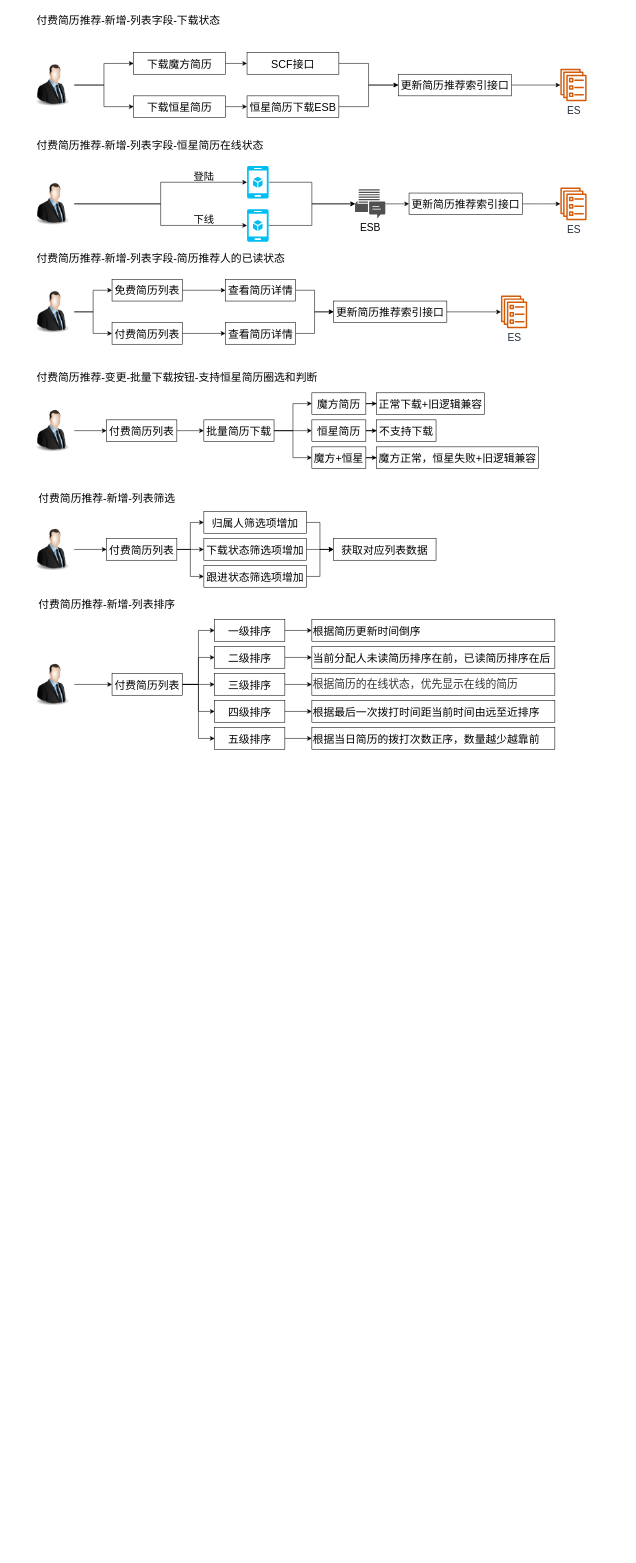
Before: 邀约管理优化3.0.drawio in LuOyEbY/draw-b, a draw.io diagram. Source tidied: cells renumbered, new cells numbered last; positions are measured from the earlier drawing's top-left corner, leaving out a move shared by most shapes. Both pictures are drawn from the tidied source at 54%, with x=0, y=0 at pixel (31, 9).
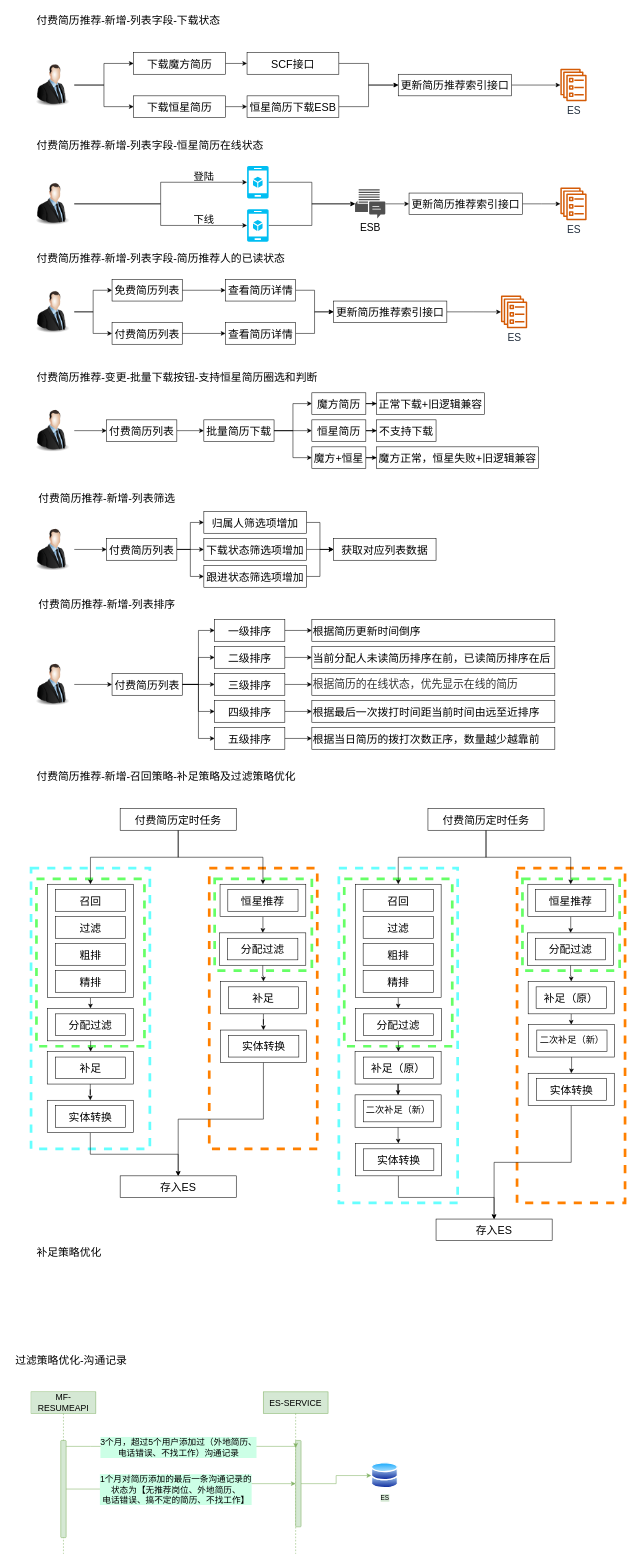
Above is the later version.

Commit message (it also covers changes not shown here):
更新邀约管理优化3.0.drawio

What changed in the source:
```diff
@@
+    <mxCell id="103" style="rounded=0;whiteSpace=wrap;html=1;fontSize=20;dashed=1;strokeWidth=5;strokeColor=#FF8000;" parent="1" vertex="1">
+      <mxGeometry x="330" y="1590" width="200" height="520" as="geometry" />
+    </mxCell>
+    <mxCell id="104" style="rounded=0;whiteSpace=wrap;html=1;fontSize=20;dashed=1;strokeWidth=5;strokeColor=#66FF66;" parent="1" vertex="1">
+      <mxGeometry x="340" y="1610" width="180" height="170" as="geometry" />
+    </mxCell>
+    <mxCell id="105" style="rounded=0;whiteSpace=wrap;html=1;fontSize=20;dashed=1;strokeWidth=5;strokeColor=#66FFFF;" parent="1" vertex="1">
+      <mxGeometry y="1590" width="220" height="520" as="geometry" />
+    </mxCell>
+    <mxCell id="106" style="rounded=0;whiteSpace=wrap;html=1;fontSize=20;dashed=1;strokeWidth=5;strokeColor=#66FF66;" parent="1" vertex="1">
+      <mxGeometry x="10" y="1610" width="200" height="310" as="geometry" />
+    </mxCell>
@@
+    <mxCell id="107" value="付费简历推荐-新增-召回策略-补足策略及过滤策略优化" style="text;html=1;align=center;verticalAlign=middle;strokeColor=none;fillColor=none;fontSize=20;" parent="1" vertex="1">
+      <mxGeometry y="1400" width="500" height="40" as="geometry" />
+    </mxCell>
+    <mxCell id="108" style="edgeStyle=orthogonalEdgeStyle;rounded=0;jettySize=auto;html=1;entryX=0.5;entryY=0;entryDx=0;entryDy=0;fontSize=20;" parent="1" edge="1" source="110" target="112">
+      <mxGeometry relative="1" as="geometry" />
+    </mxCell>
+    <mxCell id="109" style="edgeStyle=orthogonalEdgeStyle;rounded=0;jettySize=auto;html=1;fontSize=20;" parent="1" edge="1" source="110" target="121">
+      <mxGeometry relative="1" as="geometry" />
+    </mxCell>
+    <mxCell id="110" value="付费简历定时任务" style="rounded=0;whiteSpace=wrap;html=1;fontSize=20;" parent="1" vertex="1">
+      <mxGeometry x="165" y="1480" width="215" height="40" as="geometry" />
+    </mxCell>
+    <mxCell id="111" style="edgeStyle=orthogonalEdgeStyle;rounded=0;jettySize=auto;html=1;fontSize=20;" parent="1" edge="1" source="112" target="118">
+      <mxGeometry relative="1" as="geometry" />
+    </mxCell>
+    <mxCell id="112" style="rounded=0;whiteSpace=wrap;html=1;fontSize=20;" parent="1" vertex="1">
+      <mxGeometry x="30.6" y="1620" width="158.8" height="210" as="geometry" />
+    </mxCell>
+    <mxCell id="113" value="召回" style="rounded=0;whiteSpace=wrap;html=1;fontSize=20;" parent="1" vertex="1">
+      <mxGeometry x="45" y="1630" width="130" height="40" as="geometry" />
+    </mxCell>
+    <mxCell id="114" value="过滤" style="rounded=0;whiteSpace=wrap;html=1;fontSize=20;" parent="1" vertex="1">
+      <mxGeometry x="45" y="1680" width="130" height="40" as="geometry" />
+    </mxCell>
+    <mxCell id="115" value="粗排" style="rounded=0;whiteSpace=wrap;html=1;fontSize=20;" parent="1" vertex="1">
+      <mxGeometry x="45" y="1730" width="130" height="40" as="geometry" />
+    </mxCell>
+    <mxCell id="116" value="精排" style="rounded=0;whiteSpace=wrap;html=1;fontSize=20;" parent="1" vertex="1">
+      <mxGeometry x="45" y="1780" width="130" height="40" as="geometry" />
+    </mxCell>
+    <mxCell id="117" style="edgeStyle=orthogonalEdgeStyle;rounded=0;jettySize=auto;html=1;fontSize=20;" parent="1" edge="1" source="118" target="127">
+      <mxGeometry relative="1" as="geometry" />
+    </mxCell>
+    <mxCell id="118" style="rounded=0;whiteSpace=wrap;html=1;fontSize=20;" parent="1" vertex="1">
+      <mxGeometry x="30.6" y="1850" width="159.4" height="60" as="geometry" />
+    </mxCell>
+    <mxCell id="119" value="分配过滤" style="rounded=0;whiteSpace=wrap;html=1;fontSize=20;" parent="1" vertex="1">
+      <mxGeometry x="45.3" y="1860" width="130" height="40" as="geometry" />
+    </mxCell>
+    <mxCell id="120" style="edgeStyle=orthogonalEdgeStyle;rounded=0;jettySize=auto;html=1;fontSize=20;" parent="1" edge="1" source="121" target="124">
+      <mxGeometry relative="1" as="geometry" />
+    </mxCell>
+    <mxCell id="121" style="rounded=0;whiteSpace=wrap;html=1;fontSize=20;" parent="1" vertex="1">
+      <mxGeometry x="350" y="1620" width="158.8" height="60" as="geometry" />
+    </mxCell>
+    <mxCell id="122" value="恒星推荐" style="rounded=0;whiteSpace=wrap;html=1;fontSize=20;" parent="1" vertex="1">
+      <mxGeometry x="364.4" y="1630" width="130" height="40" as="geometry" />
+    </mxCell>
+    <mxCell id="123" style="edgeStyle=orthogonalEdgeStyle;rounded=0;jettySize=auto;html=1;fontSize=20;" parent="1" edge="1" source="124" target="130">
+      <mxGeometry relative="1" as="geometry" />
+    </mxCell>
+    <mxCell id="124" style="rounded=0;whiteSpace=wrap;html=1;fontSize=20;" parent="1" vertex="1">
+      <mxGeometry x="349.4" y="1710" width="159.4" height="60" as="geometry" />
+    </mxCell>
+    <mxCell id="125" value="分配过滤" style="rounded=0;whiteSpace=wrap;html=1;fontSize=20;" parent="1" vertex="1">
+      <mxGeometry x="364.1" y="1720" width="130" height="40" as="geometry" />
+    </mxCell>
+    <mxCell id="126" style="edgeStyle=orthogonalEdgeStyle;rounded=0;jettySize=auto;html=1;fontSize=20;" parent="1" edge="1" source="127" target="134">
+      <mxGeometry relative="1" as="geometry" />
+    </mxCell>
+    <mxCell id="127" style="rounded=0;whiteSpace=wrap;html=1;fontSize=20;" parent="1" vertex="1">
+      <mxGeometry x="30" y="1930" width="159.4" height="60" as="geometry" />
+    </mxCell>
+    <mxCell id="128" value="补足" style="rounded=0;whiteSpace=wrap;html=1;fontSize=20;" parent="1" vertex="1">
+      <mxGeometry x="45.3" y="1940" width="130" height="40" as="geometry" />
+    </mxCell>
+    <mxCell id="129" style="edgeStyle=orthogonalEdgeStyle;rounded=0;jettySize=auto;html=1;entryX=0.5;entryY=0;entryDx=0;entryDy=0;fontSize=20;" parent="1" edge="1" source="130" target="137">
+      <mxGeometry relative="1" as="geometry" />
+    </mxCell>
+    <mxCell id="130" style="rounded=0;whiteSpace=wrap;html=1;fontSize=20;" parent="1" vertex="1">
+      <mxGeometry x="350.6" y="1800" width="159.4" height="60" as="geometry" />
+    </mxCell>
+    <mxCell id="131" value="补足" style="rounded=0;whiteSpace=wrap;html=1;fontSize=20;" parent="1" vertex="1">
+      <mxGeometry x="365.3" y="1810" width="130" height="40" as="geometry" />
+    </mxCell>
+    <mxCell id="132" value="存入ES" style="rounded=0;whiteSpace=wrap;html=1;fontSize=20;" parent="1" vertex="1">
+      <mxGeometry x="165" y="2160" width="215" height="40" as="geometry" />
+    </mxCell>
+    <mxCell id="133" style="edgeStyle=orthogonalEdgeStyle;rounded=0;jettySize=auto;html=1;entryX=0.5;entryY=0;entryDx=0;entryDy=0;fontSize=20;" parent="1" edge="1" source="134" target="132">
+      <mxGeometry relative="1" as="geometry" />
+    </mxCell>
+    <mxCell id="134" style="rounded=0;whiteSpace=wrap;html=1;fontSize=20;" parent="1" vertex="1">
+      <mxGeometry x="30" y="2020" width="159.4" height="60" as="geometry" />
+    </mxCell>
+    <mxCell id="135" value="实体转换" style="rounded=0;whiteSpace=wrap;html=1;fontSize=20;" parent="1" vertex="1">
+      <mxGeometry x="45.3" y="2030" width="130" height="40" as="geometry" />
+    </mxCell>
+    <mxCell id="136" style="edgeStyle=orthogonalEdgeStyle;rounded=0;jettySize=auto;html=1;fontSize=20;" parent="1" edge="1" source="137" target="132">
+      <mxGeometry relative="1" as="geometry" />
+    </mxCell>
+    <mxCell id="137" style="rounded=0;whiteSpace=wrap;html=1;fontSize=20;" parent="1" vertex="1">
+      <mxGeometry x="350.6" y="1890" width="159.4" height="60" as="geometry" />
+    </mxCell>
+    <mxCell id="138" value="实体转换" style="rounded=0;whiteSpace=wrap;html=1;fontSize=20;" parent="1" vertex="1">
+      <mxGeometry x="365.9" y="1900" width="130" height="40" as="geometry" />
+    </mxCell>
+    <mxCell id="139" style="rounded=0;whiteSpace=wrap;html=1;fontSize=20;dashed=1;strokeWidth=5;strokeColor=#FF8000;" parent="1" vertex="1">
+      <mxGeometry x="900" y="1590" width="200" height="620" as="geometry" />
+    </mxCell>
+    <mxCell id="140" style="rounded=0;whiteSpace=wrap;html=1;fontSize=20;dashed=1;strokeWidth=5;strokeColor=#66FF66;" parent="1" vertex="1">
+      <mxGeometry x="910" y="1610" width="180" height="170" as="geometry" />
+    </mxCell>
+    <mxCell id="141" style="rounded=0;whiteSpace=wrap;html=1;fontSize=20;dashed=1;strokeWidth=5;strokeColor=#66FFFF;" parent="1" vertex="1">
+      <mxGeometry x="570" y="1590" width="220" height="620" as="geometry" />
+    </mxCell>
+    <mxCell id="142" style="rounded=0;whiteSpace=wrap;html=1;fontSize=20;dashed=1;strokeWidth=5;strokeColor=#66FF66;" parent="1" vertex="1">
+      <mxGeometry x="580" y="1610" width="200" height="310" as="geometry" />
+    </mxCell>
+    <mxCell id="143" style="edgeStyle=orthogonalEdgeStyle;rounded=0;jettySize=auto;html=1;entryX=0.5;entryY=0;entryDx=0;entryDy=0;fontSize=20;" parent="1" edge="1" source="145" target="147">
+      <mxGeometry relative="1" as="geometry" />
+    </mxCell>
+    <mxCell id="144" style="edgeStyle=orthogonalEdgeStyle;rounded=0;jettySize=auto;html=1;fontSize=20;" parent="1" edge="1" source="145" target="156">
+      <mxGeometry relative="1" as="geometry" />
+    </mxCell>
+    <mxCell id="145" value="付费简历定时任务" style="rounded=0;whiteSpace=wrap;html=1;fontSize=20;" parent="1" vertex="1">
+      <mxGeometry x="735" y="1480" width="215" height="40" as="geometry" />
+    </mxCell>
+    <mxCell id="146" style="edgeStyle=orthogonalEdgeStyle;rounded=0;jettySize=auto;html=1;fontSize=20;" parent="1" edge="1" source="147" target="153">
+      <mxGeometry relative="1" as="geometry" />
+    </mxCell>
+    <mxCell id="147" style="rounded=0;whiteSpace=wrap;html=1;fontSize=20;" parent="1" vertex="1">
+      <mxGeometry x="600.6" y="1620" width="158.8" height="210" as="geometry" />
+    </mxCell>
+    <mxCell id="148" value="召回" style="rounded=0;whiteSpace=wrap;html=1;fontSize=20;" parent="1" vertex="1">
+      <mxGeometry x="615" y="1630" width="130" height="40" as="geometry" />
+    </mxCell>
+    <mxCell id="149" value="过滤" style="rounded=0;whiteSpace=wrap;html=1;fontSize=20;" parent="1" vertex="1">
+      <mxGeometry x="615" y="1680" width="130" height="40" as="geometry" />
+    </mxCell>
+    <mxCell id="150" value="粗排" style="rounded=0;whiteSpace=wrap;html=1;fontSize=20;" parent="1" vertex="1">
+      <mxGeometry x="615" y="1730" width="130" height="40" as="geometry" />
+    </mxCell>
+    <mxCell id="151" value="精排" style="rounded=0;whiteSpace=wrap;html=1;fontSize=20;" parent="1" vertex="1">
+      <mxGeometry x="615" y="1780" width="130" height="40" as="geometry" />
+    </mxCell>
+    <mxCell id="152" style="edgeStyle=orthogonalEdgeStyle;rounded=0;jettySize=auto;html=1;fontSize=20;" parent="1" edge="1" source="153" target="162">
+      <mxGeometry relative="1" as="geometry" />
+    </mxCell>
+    <mxCell id="153" style="rounded=0;whiteSpace=wrap;html=1;fontSize=20;" parent="1" vertex="1">
+      <mxGeometry x="600.6" y="1850" width="159.4" height="60" as="geometry" />
+    </mxCell>
+    <mxCell id="154" value="分配过滤" style="rounded=0;whiteSpace=wrap;html=1;fontSize=20;" parent="1" vertex="1">
+      <mxGeometry x="615.3" y="1860" width="130" height="40" as="geometry" />
+    </mxCell>
+    <mxCell id="155" style="edgeStyle=orthogonalEdgeStyle;rounded=0;jettySize=auto;html=1;fontSize=20;" parent="1" edge="1" source="156" target="159">
+      <mxGeometry relative="1" as="geometry" />
+    </mxCell>
+    <mxCell id="156" style="rounded=0;whiteSpace=wrap;html=1;fontSize=20;" parent="1" vertex="1">
+      <mxGeometry x="920" y="1620" width="158.8" height="60" as="geometry" />
+    </mxCell>
+    <mxCell id="157" value="恒星推荐" style="rounded=0;whiteSpace=wrap;html=1;fontSize=20;" parent="1" vertex="1">
+      <mxGeometry x="934.4" y="1630" width="130" height="40" as="geometry" />
+    </mxCell>
+    <mxCell id="158" style="edgeStyle=orthogonalEdgeStyle;rounded=0;jettySize=auto;html=1;fontSize=20;" parent="1" edge="1" source="159" target="165">
+      <mxGeometry relative="1" as="geometry" />
+    </mxCell>
+    <mxCell id="159" style="rounded=0;whiteSpace=wrap;html=1;fontSize=20;" parent="1" vertex="1">
+      <mxGeometry x="919.4" y="1710" width="159.4" height="60" as="geometry" />
+    </mxCell>
+    <mxCell id="160" value="分配过滤" style="rounded=0;whiteSpace=wrap;html=1;fontSize=20;" parent="1" vertex="1">
+      <mxGeometry x="934.1" y="1720" width="130" height="40" as="geometry" />
+    </mxCell>
+    <mxCell id="161" style="edgeStyle=orthogonalEdgeStyle;rounded=0;jettySize=auto;html=1;fontSize=20;" parent="1" edge="1" source="162" target="175">
+      <mxGeometry relative="1" as="geometry" />
+    </mxCell>
+    <mxCell id="162" style="rounded=0;whiteSpace=wrap;html=1;fontSize=20;" parent="1" vertex="1">
+      <mxGeometry x="600" y="1930" width="159.4" height="60" as="geometry" />
+    </mxCell>
+    <mxCell id="163" value="补足（原）" style="rounded=0;whiteSpace=wrap;html=1;fontSize=20;" parent="1" vertex="1">
+      <mxGeometry x="615.3" y="1940" width="130" height="40" as="geometry" />
+    </mxCell>
+    <mxCell id="164" style="edgeStyle=orthogonalEdgeStyle;rounded=0;jettySize=auto;html=1;entryX=0.5;entryY=0;entryDx=0;entryDy=0;fontSize=20;" parent="1" edge="1" source="165" target="178">
+      <mxGeometry relative="1" as="geometry" />
+    </mxCell>
+    <mxCell id="165" style="rounded=0;whiteSpace=wrap;html=1;fontSize=20;" parent="1" vertex="1">
+      <mxGeometry x="920.6" y="1800" width="159.4" height="60" as="geometry" />
+    </mxCell>
+    <mxCell id="166" value="补足（原）" style="rounded=0;whiteSpace=wrap;html=1;fontSize=20;" parent="1" vertex="1">
+      <mxGeometry x="935.3" y="1810" width="130" height="40" as="geometry" />
+    </mxCell>
+    <mxCell id="167" value="存入ES" style="rounded=0;whiteSpace=wrap;html=1;fontSize=20;" parent="1" vertex="1">
+      <mxGeometry x="750" y="2240" width="215" height="40" as="geometry" />
+    </mxCell>
+    <mxCell id="168" style="edgeStyle=orthogonalEdgeStyle;rounded=0;jettySize=auto;html=1;entryX=0.5;entryY=0;entryDx=0;entryDy=0;fontSize=20;" parent="1" edge="1" source="169" target="167">
+      <mxGeometry relative="1" as="geometry" />
+    </mxCell>
+    <mxCell id="169" style="rounded=0;whiteSpace=wrap;html=1;fontSize=20;" parent="1" vertex="1">
+      <mxGeometry x="600.6" y="2100" width="159.4" height="60" as="geometry" />
+    </mxCell>
+    <mxCell id="170" value="实体转换" style="rounded=0;whiteSpace=wrap;html=1;fontSize=20;" parent="1" vertex="1">
+      <mxGeometry x="615.9" y="2110" width="130" height="40" as="geometry" />
+    </mxCell>
+    <mxCell id="171" style="edgeStyle=orthogonalEdgeStyle;rounded=0;jettySize=auto;html=1;fontSize=20;" parent="1" edge="1" source="172" target="167">
+      <mxGeometry relative="1" as="geometry" />
+    </mxCell>
+    <mxCell id="172" style="rounded=0;whiteSpace=wrap;html=1;fontSize=20;" parent="1" vertex="1">
+      <mxGeometry x="920.6" y="1970" width="159.4" height="60" as="geometry" />
+    </mxCell>
+    <mxCell id="173" value="实体转换" style="rounded=0;whiteSpace=wrap;html=1;fontSize=20;" parent="1" vertex="1">
+      <mxGeometry x="935.9" y="1980" width="130" height="40" as="geometry" />
+    </mxCell>
+    <mxCell id="174" style="edgeStyle=orthogonalEdgeStyle;rounded=0;jettySize=auto;html=1;entryX=0.5;entryY=0;entryDx=0;entryDy=0;fontSize=20;" parent="1" edge="1" source="175" target="169">
+      <mxGeometry relative="1" as="geometry" />
+    </mxCell>
+    <mxCell id="175" style="rounded=0;whiteSpace=wrap;html=1;fontSize=20;" parent="1" vertex="1">
+      <mxGeometry x="600" y="2010" width="159.4" height="60" as="geometry" />
+    </mxCell>
+    <mxCell id="176" value="二次补足（新）" style="rounded=0;whiteSpace=wrap;html=1;fontSize=17;" parent="1" vertex="1">
+      <mxGeometry x="615.3" y="2020" width="130" height="40" as="geometry" />
+    </mxCell>
+    <mxCell id="177" style="edgeStyle=orthogonalEdgeStyle;rounded=0;jettySize=auto;html=1;entryX=0.5;entryY=0;entryDx=0;entryDy=0;fontSize=20;" parent="1" edge="1" source="178" target="172">
+      <mxGeometry relative="1" as="geometry" />
+    </mxCell>
+    <mxCell id="178" style="rounded=0;whiteSpace=wrap;html=1;fontSize=20;" parent="1" vertex="1">
+      <mxGeometry x="921.3" y="1880" width="159.4" height="60" as="geometry" />
+    </mxCell>
+    <mxCell id="179" value="二次补足（新）" style="rounded=0;whiteSpace=wrap;html=1;fontSize=17;" parent="1" vertex="1">
+      <mxGeometry x="936.6" y="1890" width="130" height="40" as="geometry" />
+    </mxCell>
+    <mxCell id="180" value="补足策略优化" style="text;html=1;align=center;verticalAlign=middle;strokeColor=none;fillColor=none;fontSize=20;" parent="1" vertex="1">
+      <mxGeometry y="2280" width="140" height="40" as="geometry" />
+    </mxCell>
+    <mxCell id="181" value="过滤策略优化-沟通记录" style="text;html=1;align=center;verticalAlign=middle;strokeColor=none;fillColor=none;fontSize=20;" parent="1" vertex="1">
+      <mxGeometry x="-40.6" y="2480" width="230" height="40" as="geometry" />
+    </mxCell>
+    <mxCell id="182" value="MF-RESUMEAPI" style="shape=umlLifeline;perimeter=lifelinePerimeter;whiteSpace=wrap;html=1;rounded=0;fontFamily=Helvetica;fontSize=16;strokeColor=#82b366;fillColor=#d5e8d4;labelBackgroundColor=#D5E8D4;labelBorderColor=none;" parent="1" vertex="1">
+      <mxGeometry y="2560" width="120" height="300" as="geometry" />
+    </mxCell>
+    <mxCell id="183" style="html=1;points=[];perimeter=orthogonalPerimeter;rounded=1;fontFamily=Helvetica;fontSize=19;strokeColor=#82b366;fillColor=#d5e8d4;labelBackgroundColor=#D5E8D4;labelBorderColor=none;" parent="182" vertex="1">
+      <mxGeometry x="55" y="90" width="10" height="180" as="geometry" />
+    </mxCell>
+    <mxCell id="184" value="ES-SERVICE" style="shape=umlLifeline;perimeter=lifelinePerimeter;whiteSpace=wrap;html=1;rounded=0;fontFamily=Helvetica;fontSize=16;strokeColor=#82b366;fillColor=#d5e8d4;labelBackgroundColor=#D5E8D4;labelBorderColor=none;" parent="1" vertex="1">
+      <mxGeometry x="430" y="2560" width="120" height="300" as="geometry" />
+    </mxCell>
+    <mxCell id="185" style="html=1;points=[];perimeter=orthogonalPerimeter;rounded=1;fontFamily=Helvetica;fontSize=19;strokeColor=#82b366;fillColor=#d5e8d4;labelBackgroundColor=#D5E8D4;labelBorderColor=none;" parent="184" vertex="1">
+      <mxGeometry x="60" y="90" width="10" height="160" as="geometry" />
+    </mxCell>
+    <mxCell id="186" value="ES&lt;br&gt;" style="perimeter=ellipsePerimeter;html=1;align=center;shadow=0;dashed=0;spacingTop=3;image;image=img/lib/active_directory/databases.svg;rounded=0;labelBackgroundColor=#D5E8D4;labelBorderColor=none;fontSize=12;" parent="1" vertex="1">
+      <mxGeometry x="630" y="2690.5" width="50" height="49" as="geometry" />
+    </mxCell>
+    <mxCell id="187" style="edgeStyle=orthogonalEdgeStyle;rounded=0;jettySize=auto;html=1;entryX=0;entryY=0.5;entryDx=0;entryDy=0;fontSize=12;fillColor=#d5e8d4;strokeColor=#82b366;" parent="1" edge="1" source="185" target="186">
+      <mxGeometry relative="1" as="geometry" />
+    </mxCell>
+    <mxCell id="188" style="edgeStyle=orthogonalEdgeStyle;rounded=0;jettySize=auto;html=1;entryX=0;entryY=0.085;entryDx=0;entryDy=0;entryPerimeter=0;fontSize=24;fillColor=#d5e8d4;strokeColor=#82b366;" parent="1" edge="1" source="183" target="185">
+      <mxGeometry relative="1" as="geometry">
+        <Array as="points">
+          <mxPoint x="110" y="2661" />
+          <mxPoint x="110" y="2661" />
+        </Array>
+      </mxGeometry>
+    </mxCell>
+    <mxCell id="189" value="3个月，超过5个用户添加过（外地简历、&lt;br&gt;电话错误、不找工作）沟通记录" style="edgeLabel;html=1;align=center;verticalAlign=middle;fontSize=16;labelBackgroundColor=#CCFFE6;" parent="188" vertex="1">
+      <mxGeometry x="-0.03" y="-1" relative="1" as="geometry" />
+    </mxCell>
+    <mxCell id="190" style="edgeStyle=orthogonalEdgeStyle;rounded=0;jettySize=auto;html=1;fontSize=17;strokeColor=#82B366;" parent="1" edge="1" source="183" target="185">
+      <mxGeometry relative="1" as="geometry" />
+    </mxCell>
+    <mxCell id="191" value="1个月对简历添加的最后一条沟通记录的&lt;br&gt;状态为【无推荐岗位、外地简历、&lt;br&gt;电话错误、搞不定的简历、不找工作】" style="edgeLabel;html=1;align=center;verticalAlign=middle;fontSize=16;labelBackgroundColor=#CCFFE6;" parent="190" vertex="1">
+      <mxGeometry x="-0.11" y="-2" relative="1" as="geometry">
+        <mxPoint x="8" y="-2" as="offset" />
+      </mxGeometry>
+    </mxCell>
```
